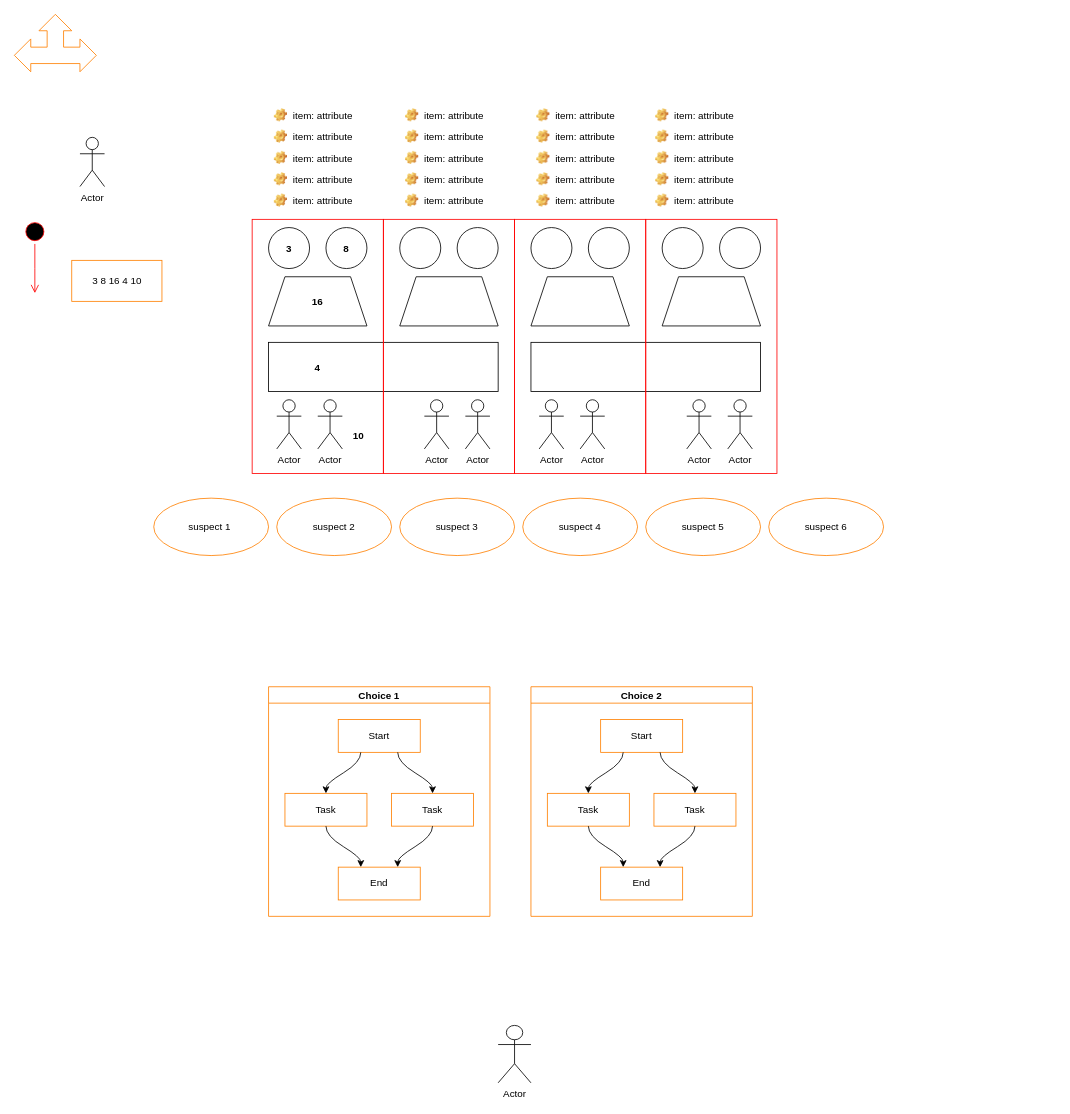
The draw.io diagram Untitled Diagram.drawio in schuyler-j/projects, before the edit. Source tidied: cells renumbered, new cells numbered last; positions are measured from the earlier drawing's top-left corner, leaving out a move shared by most shapes. Both pictures are drawn from the tidied source at 82%, with x=0, y=0 at pixel (14, 14).
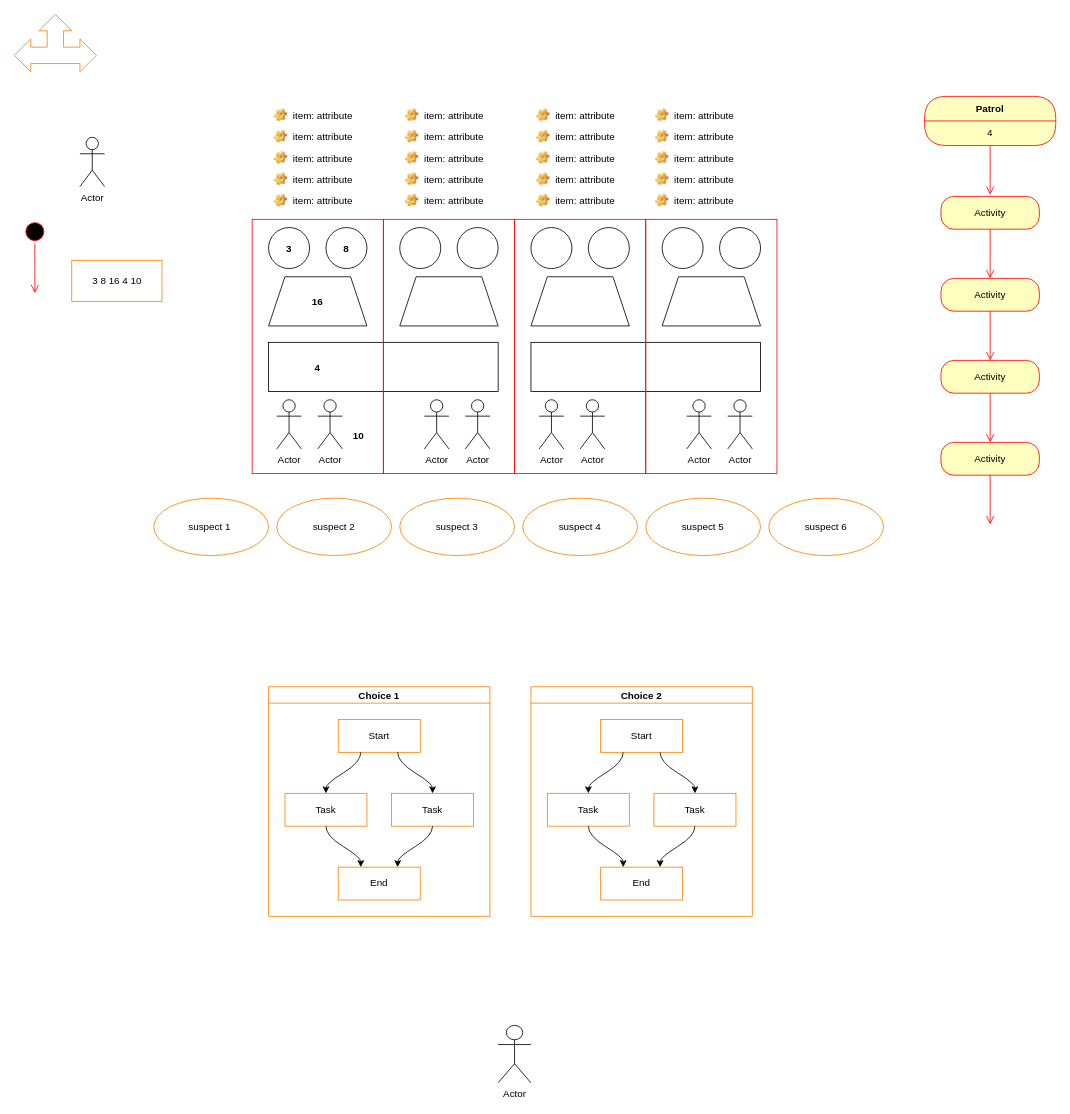
After the change.

Diff of the diagram source:
```diff
@@
+    <mxCell id="83" value="Patrol" style="swimlane;fontStyle=1;align=center;verticalAlign=middle;horizontal=1;startSize=30;fontColor=#000000;rounded=1;arcSize=30;strokeColor=#ff0000;fillColor=#ffffc0;swimlaneFillColor=#ffffc0;" parent="1" vertex="1">
+      <mxGeometry x="1110" y="100" width="160" height="60" as="geometry" />
+    </mxCell>
+    <mxCell id="84" value="4" style="text;html=1;strokeColor=none;fillColor=none;align=center;verticalAlign=middle;spacingLeft=4;spacingRight=4;whiteSpace=wrap;overflow=hidden;fontColor=#000000;" parent="83" vertex="1">
+      <mxGeometry y="30" width="160" height="30" as="geometry" />
+    </mxCell>
+    <mxCell id="85" style="edgeStyle=orthogonalEdgeStyle;html=1;verticalAlign=bottom;endArrow=open;endSize=8;strokeColor=#ff0000;rounded=0;" parent="1" edge="1" source="83">
+      <mxGeometry relative="1" as="geometry">
+        <mxPoint x="1190" y="220" as="targetPoint" />
+      </mxGeometry>
+    </mxCell>
+    <mxCell id="86" value="Activity" style="rounded=1;whiteSpace=wrap;html=1;arcSize=40;fontColor=#000000;fillColor=#ffffc0;strokeColor=#ff0000;" parent="1" vertex="1">
+      <mxGeometry x="1130" y="222" width="120" height="40" as="geometry" />
+    </mxCell>
+    <mxCell id="87" style="edgeStyle=orthogonalEdgeStyle;html=1;verticalAlign=bottom;endArrow=open;endSize=8;strokeColor=#ff0000;rounded=0;" parent="1" edge="1" source="86">
+      <mxGeometry relative="1" as="geometry">
+        <mxPoint x="1190" y="322" as="targetPoint" />
+      </mxGeometry>
+    </mxCell>
+    <mxCell id="88" value="Activity" style="rounded=1;whiteSpace=wrap;html=1;arcSize=40;fontColor=#000000;fillColor=#ffffc0;strokeColor=#ff0000;" parent="1" vertex="1">
+      <mxGeometry x="1130" y="322" width="120" height="40" as="geometry" />
+    </mxCell>
+    <mxCell id="89" style="edgeStyle=orthogonalEdgeStyle;html=1;verticalAlign=bottom;endArrow=open;endSize=8;strokeColor=#ff0000;rounded=0;" parent="1" edge="1" source="88">
+      <mxGeometry relative="1" as="geometry">
+        <mxPoint x="1190" y="422" as="targetPoint" />
+      </mxGeometry>
+    </mxCell>
+    <mxCell id="90" value="Activity" style="rounded=1;whiteSpace=wrap;html=1;arcSize=40;fontColor=#000000;fillColor=#ffffc0;strokeColor=#ff0000;" parent="1" vertex="1">
+      <mxGeometry x="1130" y="422" width="120" height="40" as="geometry" />
+    </mxCell>
+    <mxCell id="91" style="edgeStyle=orthogonalEdgeStyle;html=1;verticalAlign=bottom;endArrow=open;endSize=8;strokeColor=#ff0000;rounded=0;" parent="1" edge="1" source="90">
+      <mxGeometry relative="1" as="geometry">
+        <mxPoint x="1190" y="522" as="targetPoint" />
+      </mxGeometry>
+    </mxCell>
+    <mxCell id="92" value="Activity" style="rounded=1;whiteSpace=wrap;html=1;arcSize=40;fontColor=#000000;fillColor=#ffffc0;strokeColor=#ff0000;" parent="1" vertex="1">
+      <mxGeometry x="1130" y="522" width="120" height="40" as="geometry" />
+    </mxCell>
+    <mxCell id="93" style="edgeStyle=orthogonalEdgeStyle;html=1;verticalAlign=bottom;endArrow=open;endSize=8;strokeColor=#ff0000;rounded=0;" parent="1" edge="1" source="92">
+      <mxGeometry relative="1" as="geometry">
+        <mxPoint x="1190" y="622" as="targetPoint" />
+      </mxGeometry>
+    </mxCell>
```
